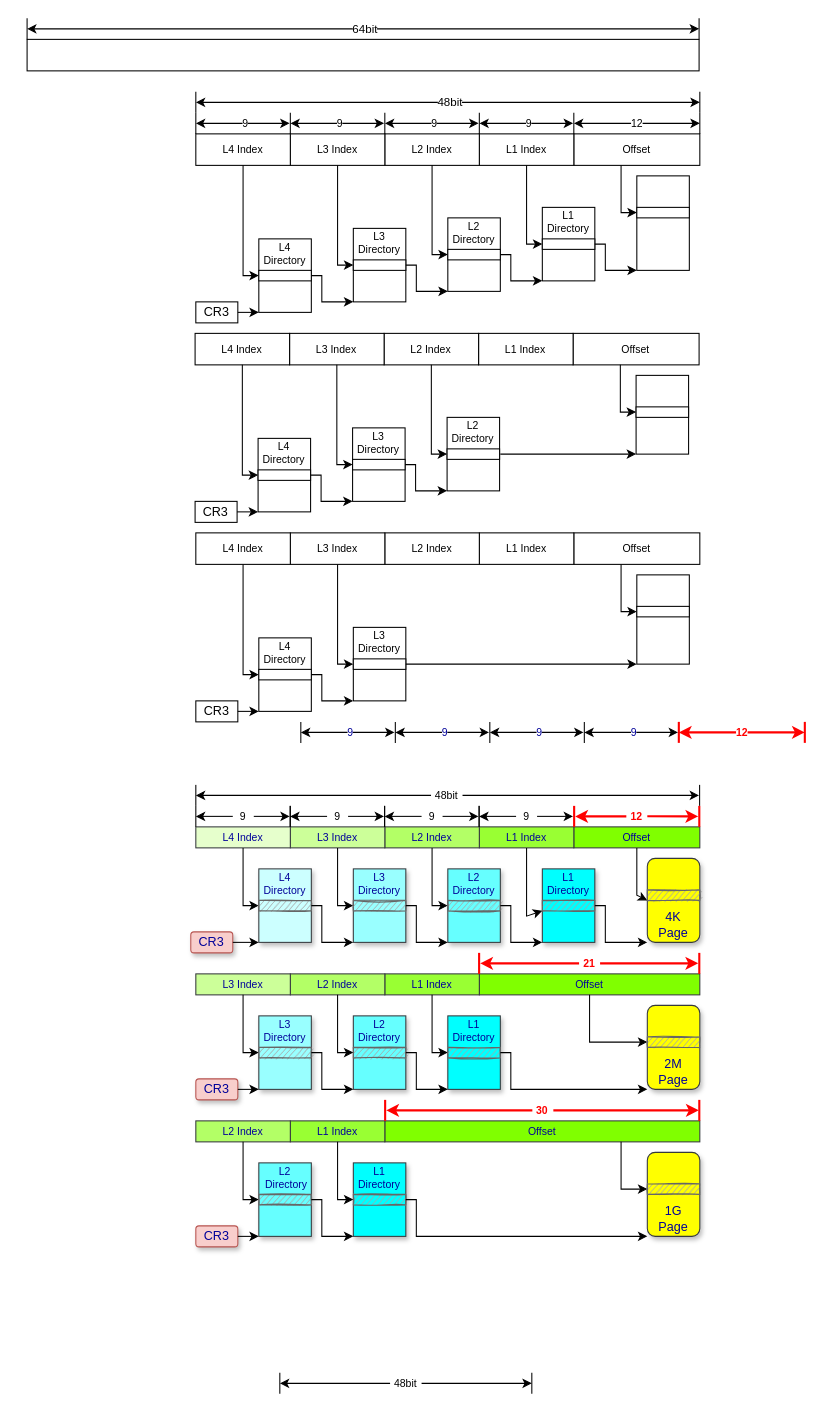
The draw.io diagram page "Page-3" (3 of 3) of ArgusCI.drawio in MengJie/design, before the edit. Source tidied: cells renumbered, new cells numbered last; positions are measured from the earlier drawing's top-left corner, leaving out a move shared by most shapes. Both pictures are drawn from the tidied source at 105%, with x=0, y=0 at pixel (26, 18).
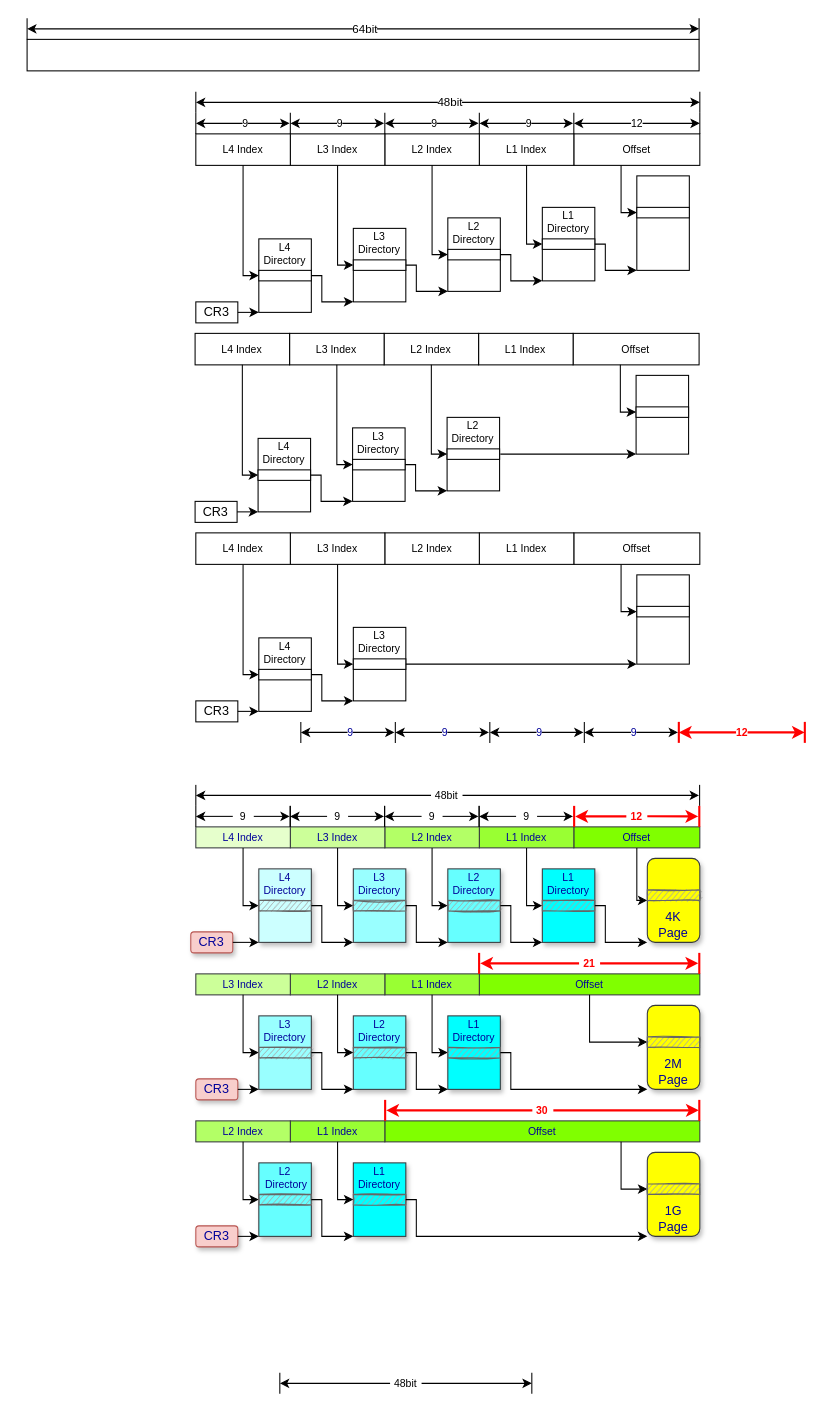
Above is the later version.

The change refers to these unchanged cells:
```xml
<mxCell id="93" value="&lt;font style=&quot;font-size: 10px;&quot;&gt;Offset&lt;/font&gt;" style="rounded=0;whiteSpace=wrap;html=1;fontSize=10;fillColor=#80FF00;strokeColor=#36393d;fontColor=#000099;" parent="1" vertex="1">
  <mxGeometry x="521" y="770" width="120" height="20" as="geometry" />
</mxCell>
<mxCell id="94" value="&lt;font style=&quot;font-size: 10px;&quot;&gt;L1 Index&lt;/font&gt;" style="rounded=0;whiteSpace=wrap;html=1;fontSize=10;fillColor=#99FF33;strokeColor=#36393d;fontColor=#000099;" parent="1" vertex="1">
  <mxGeometry x="431" y="770" width="90" height="20" as="geometry" />
</mxCell>
<mxCell id="128" style="rounded=0;whiteSpace=wrap;html=1;strokeColor=#666666;fontColor=#333333;fillColor=#A8A8A8;sketch=1;" parent="1" vertex="1">
  <mxGeometry x="491" y="840" width="50" height="10" as="geometry" />
</mxCell>
<mxCell id="132" style="rounded=0;whiteSpace=wrap;html=1;strokeColor=#666666;fontColor=#333333;fillColor=#A8A8A8;sketch=1;" parent="1" vertex="1">
  <mxGeometry x="591" y="830" width="50" height="10" as="geometry" />
</mxCell>
```

Change to the diagram source:
```diff
@@
-    <mxCell id="127" style="endArrow=classic;html=1;rounded=0;exitX=0.5;exitY=1;exitDx=0;exitDy=0;entryX=0;entryY=1;entryDx=0;entryDy=0;fontColor=#000099;" parent="1" edge="1" source="94" target="128">
+    <mxCell id="127" style="endArrow=classic;html=1;rounded=0;exitX=0.5;exitY=1;exitDx=0;exitDy=0;entryX=0;entryY=0.5;entryDx=0;entryDy=0;fontColor=#000099;" parent="1" edge="1" source="94" target="128">
       <mxGeometry relative="1" as="geometry">
         <Array as="points">
-          <mxPoint x="476" y="855" />
+          <mxPoint x="476" y="845" />
         </Array>
       </mxGeometry>
     </mxCell>
@@
     <mxCell id="131" style="endArrow=classic;html=1;rounded=0;exitX=0.5;exitY=1;exitDx=0;exitDy=0;entryX=0;entryY=1;entryDx=0;entryDy=0;fontColor=#000099;" parent="1" edge="1" source="93" target="132">
       <mxGeometry relative="1" as="geometry">
         <Array as="points">
-          <mxPoint x="581" y="835" />
+          <mxPoint x="581" y="840" />
         </Array>
       </mxGeometry>
     </mxCell>
```
